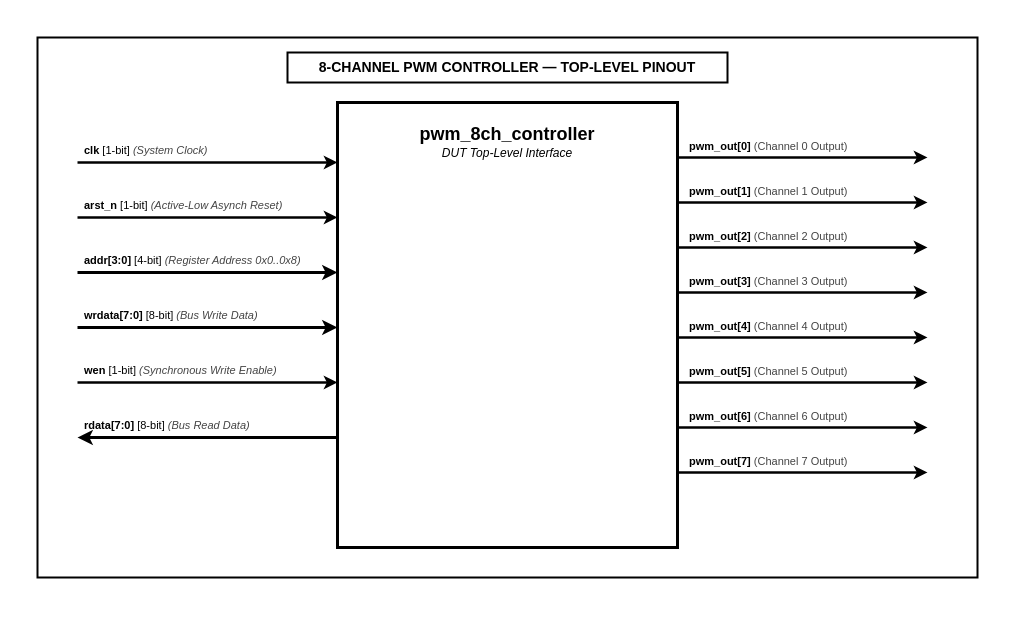
Above: documents/src/pwm_controller_pinout.drawio in adnsemicon/intern_2611 (draw.io), before the change. Source tidied: cells renumbered, new cells numbered last; positions are measured from the earlier drawing's top-left corner, leaving out a move shared by most shapes. Both pictures are drawn from the tidied source at 100%, with x=0, y=0 at pixel (37, 37).
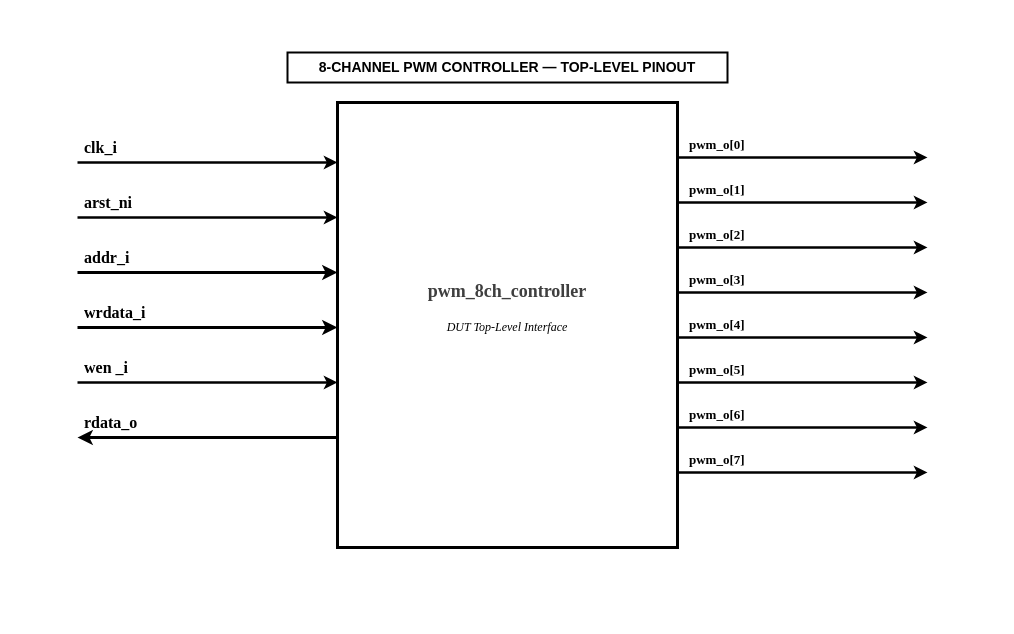
The same diagram, later.

Diff of the diagram source:
```diff
@@
-    <mxCell id="2" style="rounded=0;whiteSpace=wrap;html=1;fillColor=#FFFFFF;strokeColor=#000000;strokeWidth=2;" parent="1" vertex="1">
-      <mxGeometry width="940" height="540" as="geometry" />
+    <mxCell id="2" style="rounded=0;whiteSpace=wrap;html=1;fillColor=#FFFFFF;strokeColor=none;strokeWidth=2;" parent="1" vertex="1">
+      <mxGeometry x="-20" y="-20" width="980" height="600" as="geometry" />
     </mxCell>
@@
-    <mxCell id="4" value="&lt;b&gt;&lt;font style=&quot;font-size: 18px;&quot;&gt;pwm_8ch_controller&lt;/font&gt;&lt;/b&gt;&lt;br&gt;&lt;i&gt;DUT Top-Level Interface&lt;/i&gt;" style="rounded=0;whiteSpace=wrap;html=1;fillColor=#FFFFFF;strokeColor=#000000;strokeWidth=3;align=center;verticalAlign=top;spacingTop=15;fontColor=#000000;" parent="1" vertex="1">
+    <mxCell id="4" value="&lt;h1&gt;&lt;b&gt;&lt;font style=&quot;font-size: 18px;&quot; face=&quot;Times New Roman&quot;&gt;&lt;br&gt;&lt;/font&gt;&lt;/b&gt;&lt;/h1&gt;&lt;h1&gt;&lt;b&gt;&lt;font style=&quot;font-size: 18px;&quot; face=&quot;Times New Roman&quot;&gt;&lt;br&gt;&lt;/font&gt;&lt;/b&gt;&lt;/h1&gt;&lt;h1&gt;&lt;b&gt;&lt;font style=&quot;font-size: 18px;&quot; face=&quot;Times New Roman&quot;&gt;&lt;br&gt;&lt;/font&gt;&lt;/b&gt;&lt;/h1&gt;&lt;h1&gt;&lt;b style=&quot;color: rgb(63, 63, 63); background-color: transparent; font-size: 12px;&quot;&gt;&lt;font style=&quot;font-size: 18px;&quot; face=&quot;Times New Roman&quot;&gt;pwm_8ch_controller&lt;/font&gt;&lt;/b&gt;&lt;/h1&gt;&lt;i&gt;&lt;font face=&quot;Times New Roman&quot;&gt;DUT Top-Level Interface&lt;/font&gt;&lt;/i&gt;" style="rounded=0;whiteSpace=wrap;html=1;fillColor=#FFFFFF;strokeColor=#000000;strokeWidth=3;align=center;verticalAlign=top;spacingTop=15;fontColor=#000000;" parent="1" vertex="1">
       <mxGeometry x="300" y="65" width="340" height="445" as="geometry" />
     </mxCell>
@@
-    <mxCell id="6" value="&lt;b&gt;clk&lt;/b&gt; [1-bit] &lt;i style=&quot;color:#444;&quot;&gt;(System Clock)&lt;/i&gt;" style="text;html=1;align=left;verticalAlign=bottom;strokeColor=none;fillColor=none;fontColor=#000000;fontSize=11;" parent="1" vertex="1">
+    <mxCell id="6" value="&lt;b&gt;clk_i&lt;/b&gt;" style="text;html=1;align=left;verticalAlign=bottom;strokeColor=none;fillColor=none;fontColor=#000000;fontSize=16;fontFamily=Times New Roman;" parent="1" vertex="1">
       <mxGeometry x="45" y="102" width="230" height="20" as="geometry" />
     </mxCell>
@@
-    <mxCell id="8" value="&lt;b&gt;arst_n&lt;/b&gt; [1-bit] &lt;i style=&quot;color:#444;&quot;&gt;(Active-Low Asynch Reset)&lt;/i&gt;" style="text;html=1;align=left;verticalAlign=bottom;strokeColor=none;fillColor=none;fontColor=#000000;fontSize=11;" parent="1" vertex="1">
+    <mxCell id="8" value="&lt;b&gt;arst_ni&lt;/b&gt;" style="text;html=1;align=left;verticalAlign=bottom;strokeColor=none;fillColor=none;fontColor=#000000;fontSize=16;fontFamily=Times New Roman;" parent="1" vertex="1">
       <mxGeometry x="45" y="157" width="245" height="20" as="geometry" />
     </mxCell>
@@
-    <mxCell id="10" value="&lt;b&gt;addr[3:0]&lt;/b&gt; [4-bit] &lt;i style=&quot;color:#444;&quot;&gt;(Register Address 0x0..0x8)&lt;/i&gt;" style="text;html=1;align=left;verticalAlign=bottom;strokeColor=none;fillColor=none;fontColor=#000000;fontSize=11;" parent="1" vertex="1">
+    <mxCell id="10" value="&lt;b&gt;addr_i&amp;nbsp;&lt;/b&gt;" style="text;html=1;align=left;verticalAlign=bottom;strokeColor=none;fillColor=none;fontColor=#000000;fontSize=16;fontFamily=Times New Roman;" parent="1" vertex="1">
       <mxGeometry x="45" y="212" width="245" height="20" as="geometry" />
     </mxCell>
@@
-    <mxCell id="12" value="&lt;b&gt;wrdata[7:0]&lt;/b&gt; [8-bit] &lt;i style=&quot;color:#444;&quot;&gt;(Bus Write Data)&lt;/i&gt;" style="text;html=1;align=left;verticalAlign=bottom;strokeColor=none;fillColor=none;fontColor=#000000;fontSize=11;" parent="1" vertex="1">
+    <mxCell id="12" value="&lt;b&gt;wrdata_i&lt;/b&gt;" style="text;html=1;align=left;verticalAlign=bottom;strokeColor=none;fillColor=none;fontColor=#000000;fontSize=16;fontFamily=Times New Roman;" parent="1" vertex="1">
       <mxGeometry x="45" y="267" width="245" height="20" as="geometry" />
     </mxCell>
@@
-    <mxCell id="14" value="&lt;b&gt;wen&lt;/b&gt; [1-bit] &lt;i style=&quot;color:#444;&quot;&gt;(Synchronous Write Enable)&lt;/i&gt;" style="text;html=1;align=left;verticalAlign=bottom;strokeColor=none;fillColor=none;fontColor=#000000;fontSize=11;" parent="1" vertex="1">
+    <mxCell id="14" value="&lt;b&gt;wen _i&lt;/b&gt;" style="text;html=1;align=left;verticalAlign=bottom;strokeColor=none;fillColor=none;fontColor=#000000;fontSize=16;fontFamily=Times New Roman;" parent="1" vertex="1">
       <mxGeometry x="45" y="322" width="245" height="20" as="geometry" />
     </mxCell>
@@
-    <mxCell id="16" value="&lt;b&gt;rdata[7:0]&lt;/b&gt; [8-bit] &lt;i style=&quot;color:#444;&quot;&gt;(Bus Read Data)&lt;/i&gt;" style="text;html=1;align=left;verticalAlign=bottom;strokeColor=none;fillColor=none;fontColor=#000000;fontSize=11;" parent="1" vertex="1">
+    <mxCell id="16" value="&lt;b&gt;rdata_o&lt;/b&gt;" style="text;html=1;align=left;verticalAlign=bottom;strokeColor=none;fillColor=none;fontColor=#000000;fontSize=16;fontFamily=Times New Roman;" parent="1" vertex="1">
       <mxGeometry x="45" y="377" width="245" height="20" as="geometry" />
     </mxCell>
@@
-    <mxCell id="18" value="&lt;b&gt;pwm_out[0]&lt;/b&gt; &lt;font style=&quot;color:#444;&quot;&gt;(Channel 0 Output)&lt;/font&gt;" style="text;html=1;align=left;verticalAlign=bottom;strokeColor=none;fillColor=none;fontColor=#000000;fontSize=11;" parent="1" vertex="1">
+    <mxCell id="18" value="&lt;b&gt;pwm_o[0]&lt;/b&gt;&amp;nbsp;" style="text;html=1;align=left;verticalAlign=bottom;strokeColor=none;fillColor=none;fontColor=#000000;fontSize=13;fontFamily=Times New Roman;" parent="1" vertex="1">
       <mxGeometry x="650" y="98" width="220" height="20" as="geometry" />
     </mxCell>
@@
-    <mxCell id="20" value="&lt;b&gt;pwm_out[1]&lt;/b&gt; &lt;font style=&quot;color:#444;&quot;&gt;(Channel 1 Output)&lt;/font&gt;" style="text;html=1;align=left;verticalAlign=bottom;strokeColor=none;fillColor=none;fontColor=#000000;fontSize=11;" parent="1" vertex="1">
+    <mxCell id="20" value="&lt;b&gt;pwm_o[1]&lt;/b&gt;&amp;nbsp;" style="text;html=1;align=left;verticalAlign=bottom;strokeColor=none;fillColor=none;fontColor=#000000;fontSize=13;fontFamily=Times New Roman;" parent="1" vertex="1">
       <mxGeometry x="650" y="143" width="220" height="20" as="geometry" />
     </mxCell>
@@
-    <mxCell id="22" value="&lt;b&gt;pwm_out[2]&lt;/b&gt; &lt;font style=&quot;color:#444;&quot;&gt;(Channel 2 Output)&lt;/font&gt;" style="text;html=1;align=left;verticalAlign=bottom;strokeColor=none;fillColor=none;fontColor=#000000;fontSize=11;" parent="1" vertex="1">
+    <mxCell id="22" value="&lt;b&gt;pwm_o[2]&lt;/b&gt;" style="text;html=1;align=left;verticalAlign=bottom;strokeColor=none;fillColor=none;fontColor=#000000;fontSize=13;fontFamily=Times New Roman;" parent="1" vertex="1">
       <mxGeometry x="650" y="188" width="220" height="20" as="geometry" />
     </mxCell>
@@
-    <mxCell id="24" value="&lt;b&gt;pwm_out[3]&lt;/b&gt; &lt;font style=&quot;color:#444;&quot;&gt;(Channel 3 Output)&lt;/font&gt;" style="text;html=1;align=left;verticalAlign=bottom;strokeColor=none;fillColor=none;fontColor=#000000;fontSize=11;" parent="1" vertex="1">
+    <mxCell id="24" value="&lt;b&gt;pwm_o[3]&lt;/b&gt;&amp;nbsp;" style="text;html=1;align=left;verticalAlign=bottom;strokeColor=none;fillColor=none;fontColor=#000000;fontSize=13;fontFamily=Times New Roman;" parent="1" vertex="1">
       <mxGeometry x="650" y="233" width="220" height="20" as="geometry" />
     </mxCell>
@@
-    <mxCell id="26" value="&lt;b&gt;pwm_out[4]&lt;/b&gt; &lt;font style=&quot;color:#444;&quot;&gt;(Channel 4 Output)&lt;/font&gt;" style="text;html=1;align=left;verticalAlign=bottom;strokeColor=none;fillColor=none;fontColor=#000000;fontSize=11;" parent="1" vertex="1">
+    <mxCell id="26" value="&lt;b&gt;pwm_o[4]&lt;/b&gt;&amp;nbsp;" style="text;html=1;align=left;verticalAlign=bottom;strokeColor=none;fillColor=none;fontColor=#000000;fontSize=13;fontFamily=Times New Roman;" parent="1" vertex="1">
       <mxGeometry x="650" y="278" width="220" height="20" as="geometry" />
     </mxCell>
@@
-    <mxCell id="28" value="&lt;b&gt;pwm_out[5]&lt;/b&gt; &lt;font style=&quot;color:#444;&quot;&gt;(Channel 5 Output)&lt;/font&gt;" style="text;html=1;align=left;verticalAlign=bottom;strokeColor=none;fillColor=none;fontColor=#000000;fontSize=11;" parent="1" vertex="1">
+    <mxCell id="28" value="&lt;b&gt;pwm_o[5]&lt;/b&gt;" style="text;html=1;align=left;verticalAlign=bottom;strokeColor=none;fillColor=none;fontColor=#000000;fontSize=13;fontFamily=Times New Roman;" parent="1" vertex="1">
       <mxGeometry x="650" y="323" width="220" height="20" as="geometry" />
     </mxCell>
@@
-    <mxCell id="30" value="&lt;b&gt;pwm_out[6]&lt;/b&gt; &lt;font style=&quot;color:#444;&quot;&gt;(Channel 6 Output)&lt;/font&gt;" style="text;html=1;align=left;verticalAlign=bottom;strokeColor=none;fillColor=none;fontColor=#000000;fontSize=11;" parent="1" vertex="1">
+    <mxCell id="30" value="&lt;b&gt;pwm_o[6]&lt;/b&gt;" style="text;html=1;align=left;verticalAlign=bottom;strokeColor=none;fillColor=none;fontColor=#000000;fontSize=13;fontFamily=Times New Roman;" parent="1" vertex="1">
       <mxGeometry x="650" y="368" width="220" height="20" as="geometry" />
     </mxCell>
@@
-    <mxCell id="32" value="&lt;b&gt;pwm_out[7]&lt;/b&gt; &lt;font style=&quot;color:#444;&quot;&gt;(Channel 7 Output)&lt;/font&gt;" style="text;html=1;align=left;verticalAlign=bottom;strokeColor=none;fillColor=none;fontColor=#000000;fontSize=11;" parent="1" vertex="1">
+    <mxCell id="32" value="&lt;b&gt;pwm_o[7]&lt;/b&gt;&amp;nbsp;" style="text;html=1;align=left;verticalAlign=bottom;strokeColor=none;fillColor=none;fontColor=#000000;fontSize=13;fontFamily=Times New Roman;" parent="1" vertex="1">
       <mxGeometry x="650" y="413" width="220" height="20" as="geometry" />
     </mxCell>
```
